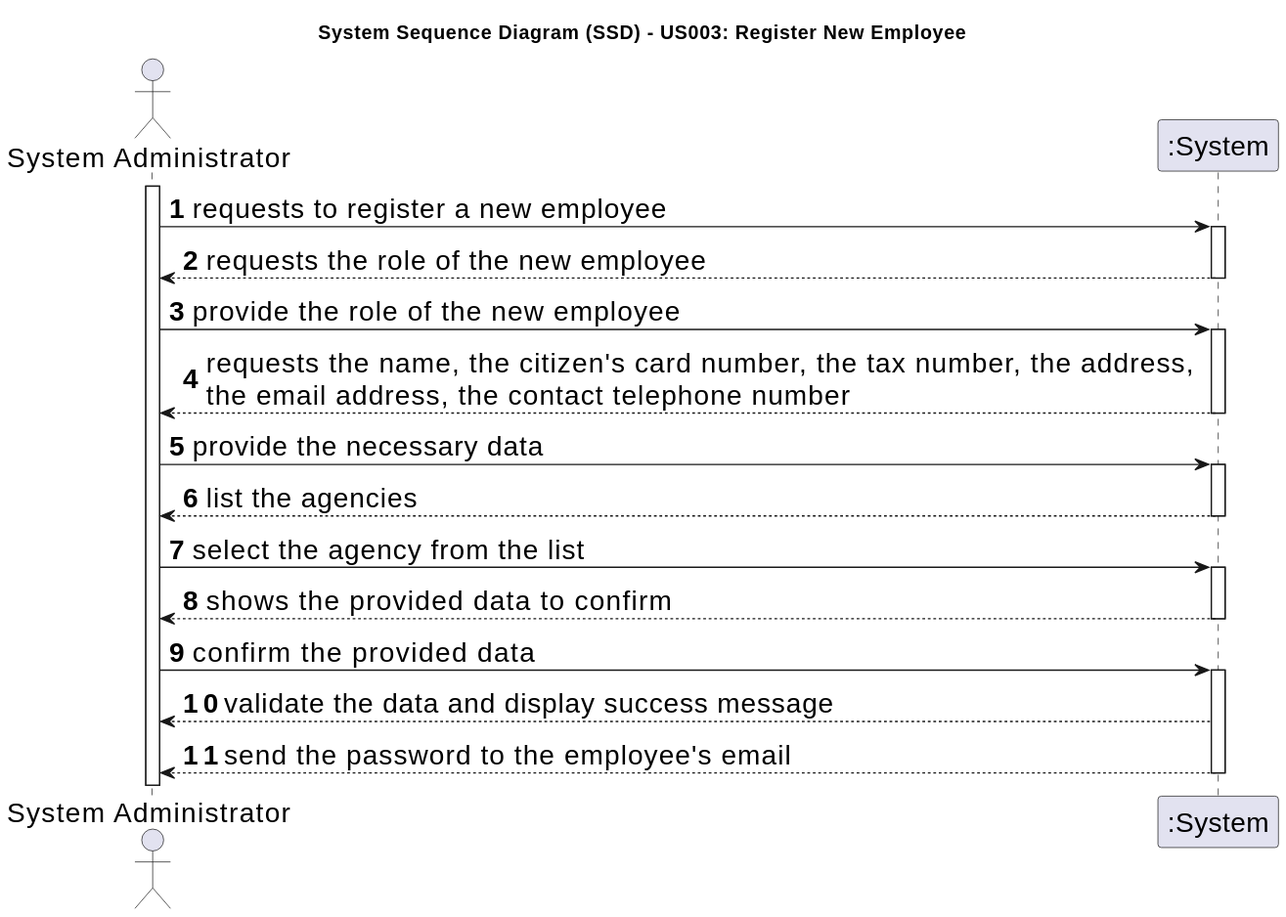
This is docs/sprintB/us003/01.requirements-engineering/svg/us003-system-sequence-diagram.svg from Goncalves2525/real-estate-management-system, a PlantUML export, as it was before one commit.
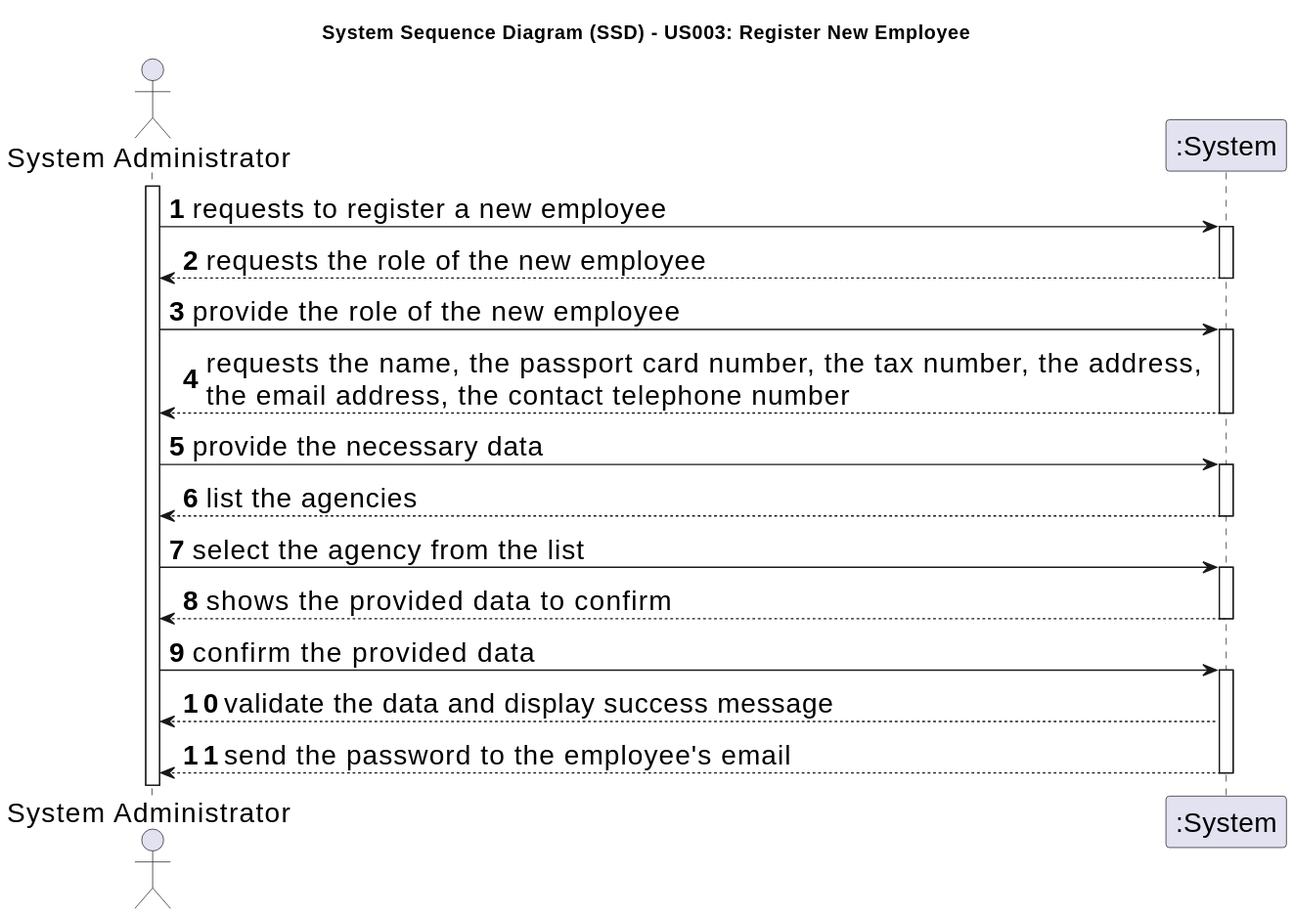
Above is the later version.

Change to the diagram source:
```diff
@@ -22,7 +22,7 @@
     Admin -> System : provide the role of the new employee
         activate System
 
-            System --> Admin : requests the name, the citizen's card number, the tax number, the address, \nthe email address, the contact telephone number
+            System --> Admin : requests the name, the passport card number, the tax number, the address, \nthe email address, the contact telephone number
 
         deactivate System
 
```
